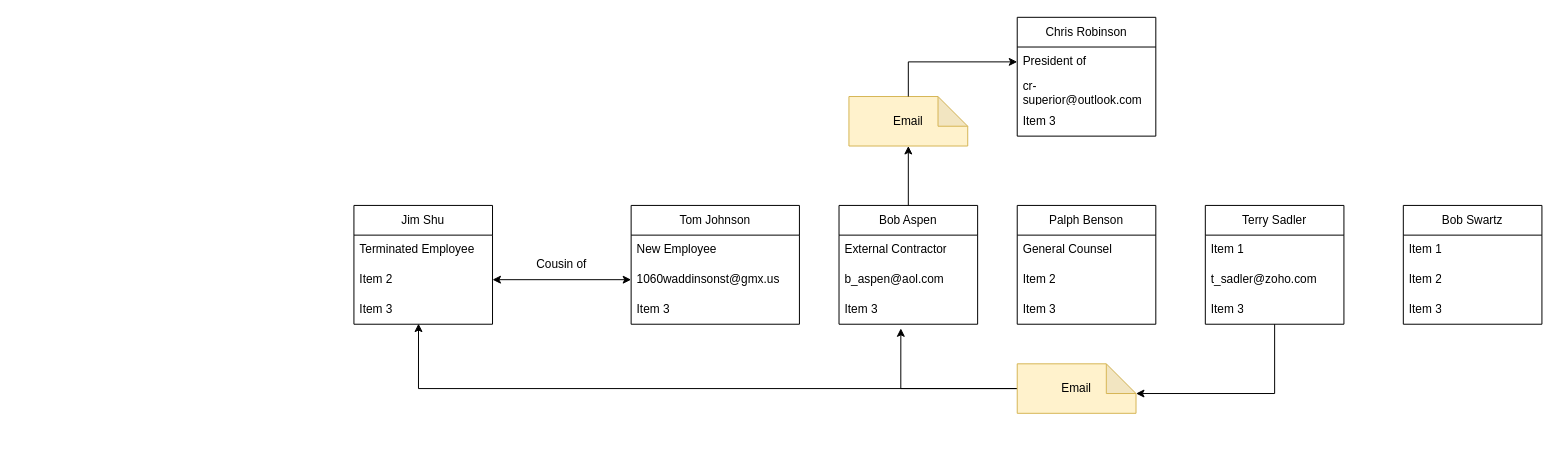
This is Untitled Diagram.drawio from Jeenix/info-sec, a draw.io file, before an edit. Source tidied: cells renumbered, new cells numbered last; positions are measured from the earlier drawing's top-left corner, leaving out a move shared by most shapes. Both pictures are drawn from the tidied source at 99%, with x=0, y=0 at pixel (353, 17).
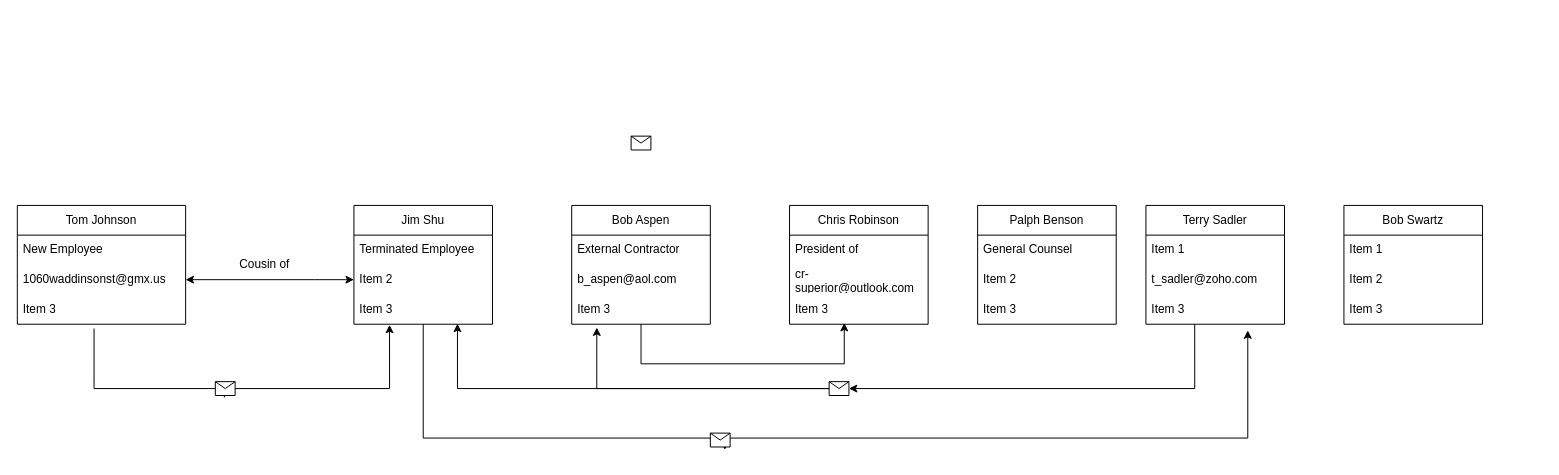
After the change.

The change refers to these unchanged cells:
```xml
<mxCell id="4" value="1060waddinsonst@gmx.us" style="text;strokeColor=none;fillColor=none;align=left;verticalAlign=middle;spacingLeft=4;spacingRight=4;overflow=hidden;points=[[0,0.5],[1,0.5]];portConstraint=eastwest;whiteSpace=wrap;html=1;" parent="2" vertex="1">
  <mxGeometry y="60" width="170" height="30" as="geometry" />
</mxCell>
<mxCell id="5" value="Item 3" style="text;strokeColor=none;fillColor=none;align=left;verticalAlign=middle;spacingLeft=4;spacingRight=4;overflow=hidden;points=[[0,0.5],[1,0.5]];portConstraint=eastwest;whiteSpace=wrap;html=1;" parent="2" vertex="1">
  <mxGeometry y="90" width="170" height="30" as="geometry" />
</mxCell>
<mxCell id="8" value="Item 2" style="text;strokeColor=none;fillColor=none;align=left;verticalAlign=middle;spacingLeft=4;spacingRight=4;overflow=hidden;points=[[0,0.5],[1,0.5]];portConstraint=eastwest;whiteSpace=wrap;html=1;" parent="6" vertex="1">
  <mxGeometry y="60" width="140" height="30" as="geometry" />
</mxCell>
<mxCell id="9" value="Item 3" style="text;strokeColor=none;fillColor=none;align=left;verticalAlign=middle;spacingLeft=4;spacingRight=4;overflow=hidden;points=[[0,0.5],[1,0.5]];portConstraint=eastwest;whiteSpace=wrap;html=1;" parent="6" vertex="1">
  <mxGeometry y="90" width="140" height="30" as="geometry" />
</mxCell>
<mxCell id="13" value="President of&amp;nbsp;" style="text;strokeColor=none;fillColor=none;align=left;verticalAlign=middle;spacingLeft=4;spacingRight=4;overflow=hidden;points=[[0,0.5],[1,0.5]];portConstraint=eastwest;whiteSpace=wrap;html=1;" parent="12" vertex="1">
  <mxGeometry y="30" width="140" height="30" as="geometry" />
</mxCell>
<mxCell id="15" value="Item 3" style="text;strokeColor=none;fillColor=none;align=left;verticalAlign=middle;spacingLeft=4;spacingRight=4;overflow=hidden;points=[[0,0.5],[1,0.5]];portConstraint=eastwest;whiteSpace=wrap;html=1;" parent="12" vertex="1">
  <mxGeometry y="90" width="140" height="30" as="geometry" />
</mxCell>
<mxCell id="20" value="Item 3" style="text;strokeColor=none;fillColor=none;align=left;verticalAlign=middle;spacingLeft=4;spacingRight=4;overflow=hidden;points=[[0,0.5],[1,0.5]];portConstraint=eastwest;whiteSpace=wrap;html=1;" parent="17" vertex="1">
  <mxGeometry y="90" width="140" height="30" as="geometry" />
</mxCell>
<mxCell id="29" value="Item 3" style="text;strokeColor=none;fillColor=none;align=left;verticalAlign=middle;spacingLeft=4;spacingRight=4;overflow=hidden;points=[[0,0.5],[1,0.5]];portConstraint=eastwest;whiteSpace=wrap;html=1;" parent="26" vertex="1">
  <mxGeometry y="90" width="140" height="30" as="geometry" />
</mxCell>
```

What changed in the source:
```diff
@@
     <mxCell id="2" value="Tom Johnson" style="swimlane;fontStyle=0;horizontal=1;startSize=30;whiteSpace=wrap;html=1;" parent="1" vertex="1">
-      <mxGeometry x="280" y="190" width="170" height="120" as="geometry" />
+      <mxGeometry x="-340" y="190" width="170" height="120" as="geometry" />
     </mxCell>
@@
+    <mxCell id="39" style="edgeStyle=orthogonalEdgeStyle;rounded=0;jettySize=auto;html=1;entryX=0.735;entryY=1.208;entryDx=0;entryDy=0;entryPerimeter=0;" parent="1" edge="1" source="44" target="29">
+      <mxGeometry relative="1" as="geometry">
+        <Array as="points">
+          <mxPoint x="903" y="425" />
+        </Array>
+      </mxGeometry>
+    </mxCell>
@@
-    <mxCell id="10" style="edgeStyle=orthogonalEdgeStyle;rounded=0;jettySize=auto;html=1;entryX=0;entryY=0.5;entryDx=0;entryDy=0;startArrow=classic;startFill=1;" parent="1" edge="1" source="8" target="4">
-      <mxGeometry relative="1" as="geometry" />
+    <mxCell id="10" style="edgeStyle=orthogonalEdgeStyle;rounded=0;jettySize=auto;html=1;entryX=1;entryY=0.5;entryDx=0;entryDy=0;startArrow=classic;startFill=1;" parent="1" edge="1" source="8" target="4">
+      <mxGeometry relative="1" as="geometry">
+        <Array as="points">
+          <mxPoint x="-40" y="265" />
+          <mxPoint x="-40" y="265" />
+        </Array>
+      </mxGeometry>
     </mxCell>
     <mxCell id="11" value="Cousin of" style="text;html=1;strokeColor=none;fillColor=none;align=center;verticalAlign=middle;whiteSpace=wrap;rounded=0;" parent="1" vertex="1">
-      <mxGeometry x="180" y="235" width="60" height="30" as="geometry" />
+      <mxGeometry x="-120" y="235" width="60" height="30" as="geometry" />
     </mxCell>
     <mxCell id="12" value="Chris Robinson" style="swimlane;fontStyle=0;horizontal=1;startSize=30;whiteSpace=wrap;html=1;" parent="1" vertex="1">
-      <mxGeometry x="670" width="140" height="120" as="geometry" />
+      <mxGeometry x="440" y="190" width="140" height="120" as="geometry" />
     </mxCell>
@@
-    <mxCell id="16" style="edgeStyle=orthogonalEdgeStyle;rounded=0;jettySize=auto;html=1;entryX=0.5;entryY=1;entryDx=0;entryDy=0;entryPerimeter=0;" parent="1" edge="1" source="17" target="34">
-      <mxGeometry relative="1" as="geometry" />
-    </mxCell>
     <mxCell id="17" value="Bob Aspen" style="swimlane;fontStyle=0;horizontal=1;startSize=30;whiteSpace=wrap;html=1;" parent="1" vertex="1">
-      <mxGeometry x="490" y="190" width="140" height="120" as="geometry" />
+      <mxGeometry x="220" y="190" width="140" height="120" as="geometry" />
     </mxCell>
@@
     <mxCell id="21" value="Palph Benson" style="swimlane;fontStyle=0;horizontal=1;startSize=30;whiteSpace=wrap;html=1;" parent="1" vertex="1">
-      <mxGeometry x="670" y="190" width="140" height="120" as="geometry" />
+      <mxGeometry x="630" y="190" width="140" height="120" as="geometry" />
     </mxCell>
@@
-    <mxCell id="25" style="edgeStyle=orthogonalEdgeStyle;rounded=0;jettySize=auto;html=1;entryX=0;entryY=0;entryDx=120;entryDy=30;entryPerimeter=0;" parent="1" edge="1" source="26" target="37">
-      <mxGeometry relative="1" as="geometry">
-        <Array as="points">
-          <mxPoint x="930" y="380" />
-        </Array>
-      </mxGeometry>
-    </mxCell>
     <mxCell id="26" value="Terry Sadler" style="swimlane;fontStyle=0;horizontal=1;startSize=30;whiteSpace=wrap;html=1;" parent="1" vertex="1">
-      <mxGeometry x="860" y="190" width="140" height="120" as="geometry" />
+      <mxGeometry x="800" y="190" width="140" height="120" as="geometry" />
     </mxCell>
@@
     <mxCell id="30" value="Bob Swartz" style="swimlane;fontStyle=0;horizontal=1;startSize=30;whiteSpace=wrap;html=1;" parent="1" vertex="1">
-      <mxGeometry x="1060" y="190" width="140" height="120" as="geometry" />
+      <mxGeometry x="1000" y="190" width="140" height="120" as="geometry" />
     </mxCell>
@@
-    <mxCell id="34" value="Email&lt;br&gt;" style="shape=note;whiteSpace=wrap;html=1;backgroundOutline=1;darkOpacity=0.05;fillColor=#fff2cc;strokeColor=#d6b656;" parent="1" vertex="1">
-      <mxGeometry x="500" y="80" width="120" height="50" as="geometry" />
-    </mxCell>
-    <mxCell id="35" style="edgeStyle=orthogonalEdgeStyle;rounded=0;jettySize=auto;html=1;entryX=0.466;entryY=0.98;entryDx=0;entryDy=0;entryPerimeter=0;" parent="1" edge="1" source="37" target="9">
-      <mxGeometry relative="1" as="geometry">
-        <Array as="points">
-          <mxPoint x="65" y="375" />
-        </Array>
-      </mxGeometry>
-    </mxCell>
-    <mxCell id="36" style="edgeStyle=orthogonalEdgeStyle;rounded=0;jettySize=auto;html=1;entryX=0.446;entryY=1.14;entryDx=0;entryDy=0;entryPerimeter=0;" parent="1" edge="1" source="37" target="20">
-      <mxGeometry relative="1" as="geometry">
-        <Array as="points">
-          <mxPoint x="552" y="375" />
-        </Array>
-      </mxGeometry>
-    </mxCell>
-    <mxCell id="37" value="Email&lt;br&gt;" style="shape=note;whiteSpace=wrap;html=1;backgroundOutline=1;darkOpacity=0.05;fillColor=#fff2cc;strokeColor=#d6b656;" parent="1" vertex="1">
-      <mxGeometry x="670" y="350" width="120" height="50" as="geometry" />
-    </mxCell>
-    <mxCell id="38" style="edgeStyle=orthogonalEdgeStyle;rounded=0;jettySize=auto;html=1;exitX=0.5;exitY=0;exitDx=0;exitDy=0;exitPerimeter=0;" parent="1" edge="1" source="34" target="13">
-      <mxGeometry relative="1" as="geometry" />
+    <mxCell id="38" style="edgeStyle=orthogonalEdgeStyle;rounded=0;jettySize=auto;html=1;entryX=0.395;entryY=0.957;entryDx=0;entryDy=0;entryPerimeter=0;" parent="1" edge="1" source="20" target="15">
+      <mxGeometry relative="1" as="geometry">
+        <Array as="points">
+          <mxPoint x="290" y="350" />
+          <mxPoint x="495" y="350" />
+        </Array>
+      </mxGeometry>
     </mxCell>
+    <mxCell id="40" style="edgeStyle=orthogonalEdgeStyle;rounded=0;jettySize=auto;html=1;entryX=0.257;entryY=1.02;entryDx=0;entryDy=0;entryPerimeter=0;exitX=0.456;exitY=1.145;exitDx=0;exitDy=0;exitPerimeter=0;" parent="1" edge="1" source="42" target="9">
+      <mxGeometry relative="1" as="geometry">
+        <Array as="points">
+          <mxPoint x="36" y="375" />
+        </Array>
+      </mxGeometry>
+    </mxCell>
+    <mxCell id="41" style="edgeStyle=orthogonalEdgeStyle;rounded=0;jettySize=auto;html=1;entryX=0.257;entryY=1.02;entryDx=0;entryDy=0;entryPerimeter=0;exitX=0.456;exitY=1.145;exitDx=0;exitDy=0;exitPerimeter=0;" parent="1" edge="1" source="5" target="42">
+      <mxGeometry relative="1" as="geometry">
+        <Array as="points">
+          <mxPoint x="-263" y="375" />
+        </Array>
+      </mxGeometry>
+    </mxCell>
+    <mxCell id="42" style="shape=message;html=1;outlineConnect=0;" parent="1" vertex="1">
+      <mxGeometry x="-140" y="368" width="20" height="14" as="geometry" />
+    </mxCell>
+    <mxCell id="43" style="edgeStyle=orthogonalEdgeStyle;rounded=0;jettySize=auto;html=1;entryX=0.735;entryY=1.208;entryDx=0;entryDy=0;entryPerimeter=0;" parent="1" edge="1" target="44">
+      <mxGeometry relative="1" as="geometry">
+        <mxPoint x="70" y="310" as="sourcePoint" />
+        <Array as="points">
+          <mxPoint x="70" y="425" />
+        </Array>
+      </mxGeometry>
+    </mxCell>
+    <mxCell id="44" style="shape=message;html=1;outlineConnect=0;" parent="1" vertex="1">
+      <mxGeometry x="360" y="420" width="20" height="14" as="geometry" />
+    </mxCell>
+    <mxCell id="45" style="edgeStyle=orthogonalEdgeStyle;rounded=0;jettySize=auto;html=1;entryX=0.747;entryY=0.983;entryDx=0;entryDy=0;entryPerimeter=0;" parent="1" edge="1" source="47" target="9">
+      <mxGeometry relative="1" as="geometry">
+        <Array as="points">
+          <mxPoint x="105" y="375" />
+        </Array>
+      </mxGeometry>
+    </mxCell>
+    <mxCell id="46" style="edgeStyle=orthogonalEdgeStyle;rounded=0;jettySize=auto;html=1;entryX=0.181;entryY=1.111;entryDx=0;entryDy=0;entryPerimeter=0;" parent="1" edge="1" source="47" target="20">
+      <mxGeometry relative="1" as="geometry">
+        <Array as="points">
+          <mxPoint x="245" y="375" />
+        </Array>
+      </mxGeometry>
+    </mxCell>
+    <mxCell id="47" style="shape=message;html=1;outlineConnect=0;" parent="1" vertex="1">
+      <mxGeometry x="480" y="368" width="20" height="14" as="geometry" />
+    </mxCell>
+    <mxCell id="48" style="shape=message;html=1;" parent="1" vertex="1">
+      <mxGeometry x="280" y="120" width="20" height="14" as="geometry" />
+    </mxCell>
+    <mxCell id="49" style="edgeStyle=orthogonalEdgeStyle;rounded=0;jettySize=auto;html=1;exitX=0.352;exitY=1.001;exitDx=0;exitDy=0;exitPerimeter=0;" parent="1" edge="1" source="29" target="47">
+      <mxGeometry relative="1" as="geometry">
+        <Array as="points">
+          <mxPoint x="849" y="375" />
+        </Array>
+      </mxGeometry>
+    </mxCell>
```
